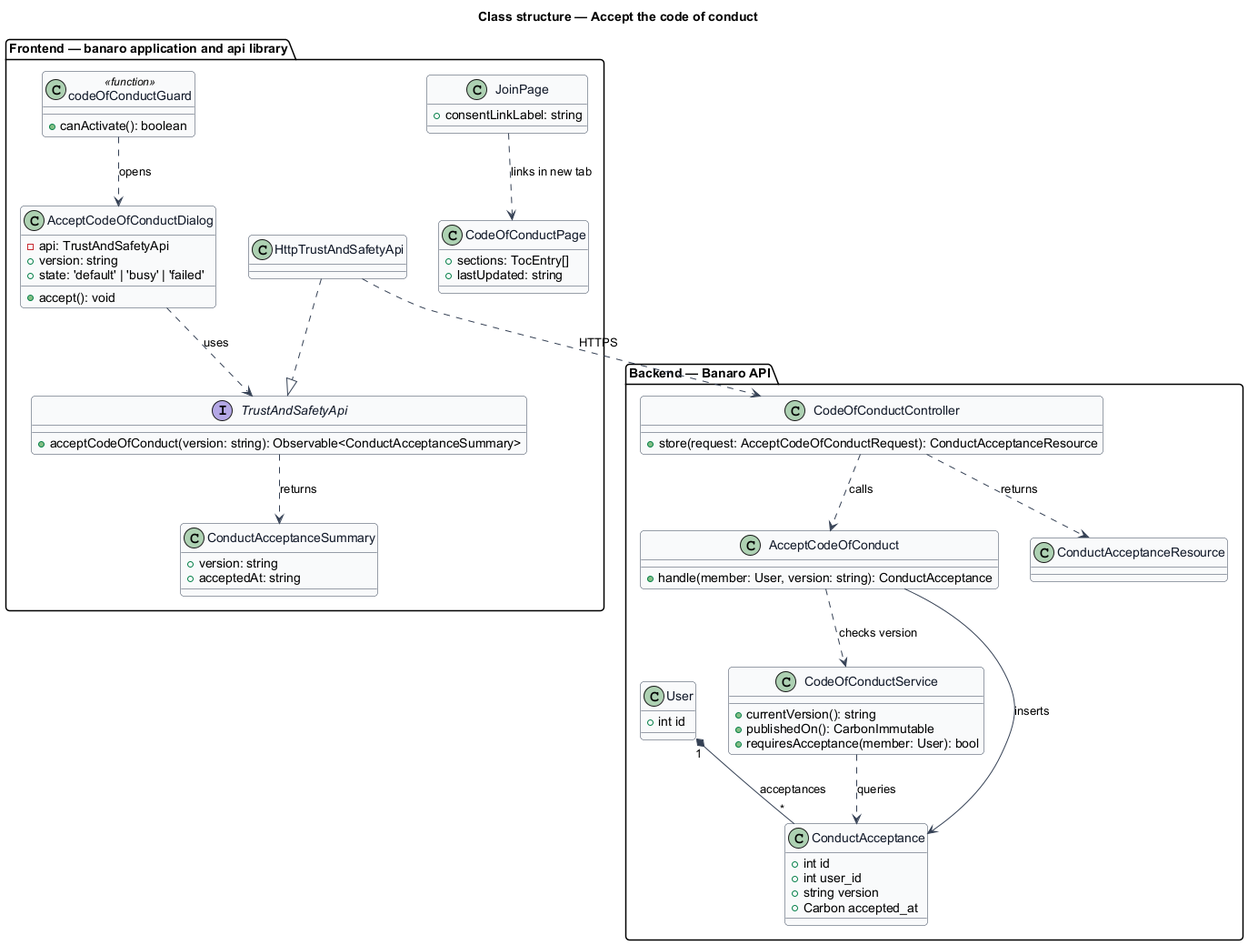
This is docs/detailed-designs/trust-and-safety/accept-code-of-conduct/diagrams/class-structure.png from QuinntyneBrown/banaro, a PlantUML export, as it was before one commit.
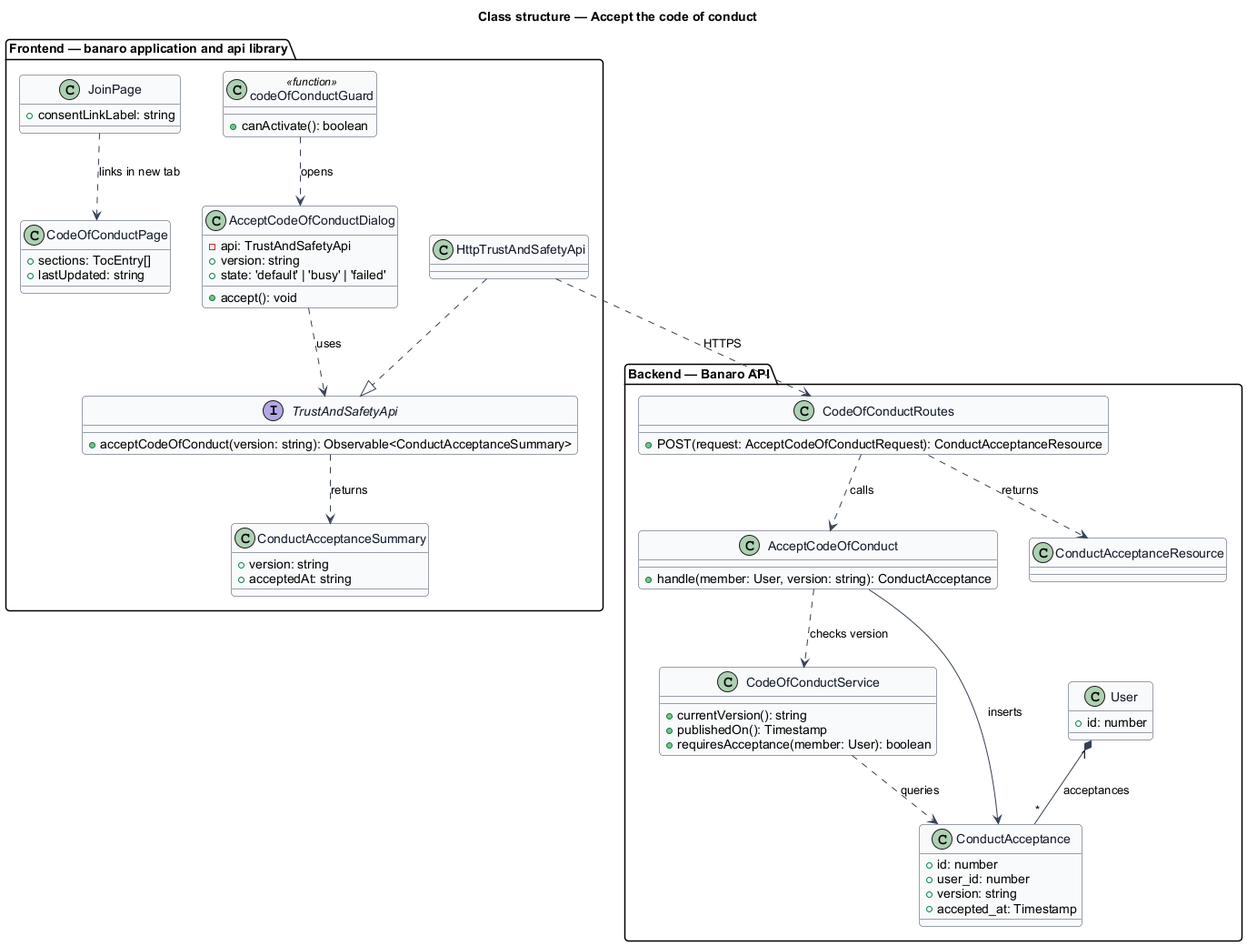
The same diagram one commit later.

Diff of the diagram source:
```diff
@@ -39,25 +39,25 @@
 }
 
 package "Backend — Banaro API" {
-  class CodeOfConductController {
-    +store(request: AcceptCodeOfConductRequest): ConductAcceptanceResource
+  class CodeOfConductRoutes {
+    +POST(request: AcceptCodeOfConductRequest): ConductAcceptanceResource
   }
   class AcceptCodeOfConduct {
     +handle(member: User, version: string): ConductAcceptance
   }
   class CodeOfConductService {
     +currentVersion(): string
-    +publishedOn(): CarbonImmutable
-    +requiresAcceptance(member: User): bool
+    +publishedOn(): Timestamp
+    +requiresAcceptance(member: User): boolean
   }
   class ConductAcceptance {
-    +int id
-    +int user_id
-    +string version
-    +Carbon accepted_at
+    +id: number
+    +user_id: number
+    +version: string
+    +accepted_at: Timestamp
   }
   class User {
-    +int id
+    +id: number
   }
   class ConductAcceptanceResource
 }
@@ -67,10 +67,10 @@
 HttpTrustAndSafetyApi ..|> TrustAndSafetyApi
 TrustAndSafetyApi ..> ConductAcceptanceSummary : returns
 JoinPage ..> CodeOfConductPage : links in new tab
-HttpTrustAndSafetyApi ..> CodeOfConductController : HTTPS
+HttpTrustAndSafetyApi ..> CodeOfConductRoutes : HTTPS
 
-CodeOfConductController ..> AcceptCodeOfConduct : calls
-CodeOfConductController ..> ConductAcceptanceResource : returns
+CodeOfConductRoutes ..> AcceptCodeOfConduct : calls
+CodeOfConductRoutes ..> ConductAcceptanceResource : returns
 AcceptCodeOfConduct ..> CodeOfConductService : checks version
 AcceptCodeOfConduct --> ConductAcceptance : inserts
 CodeOfConductService ..> ConductAcceptance : queries
```
